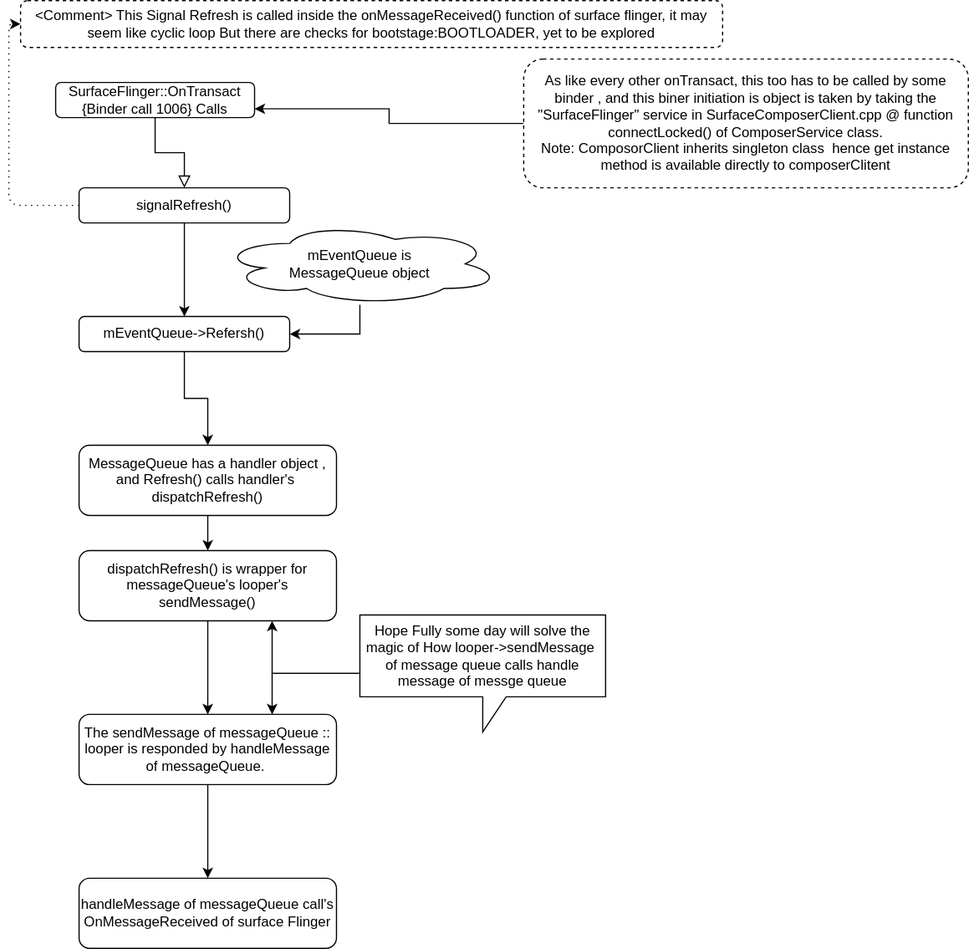
Earlier version of the draw.io export Surface Flinger.svg (wire-mistry/AOSP_Gaphics). Source tidied: cells renumbered, new cells last; positions are measured from the earlier drawing's top-left corner, leaving out a move shared by most shapes.
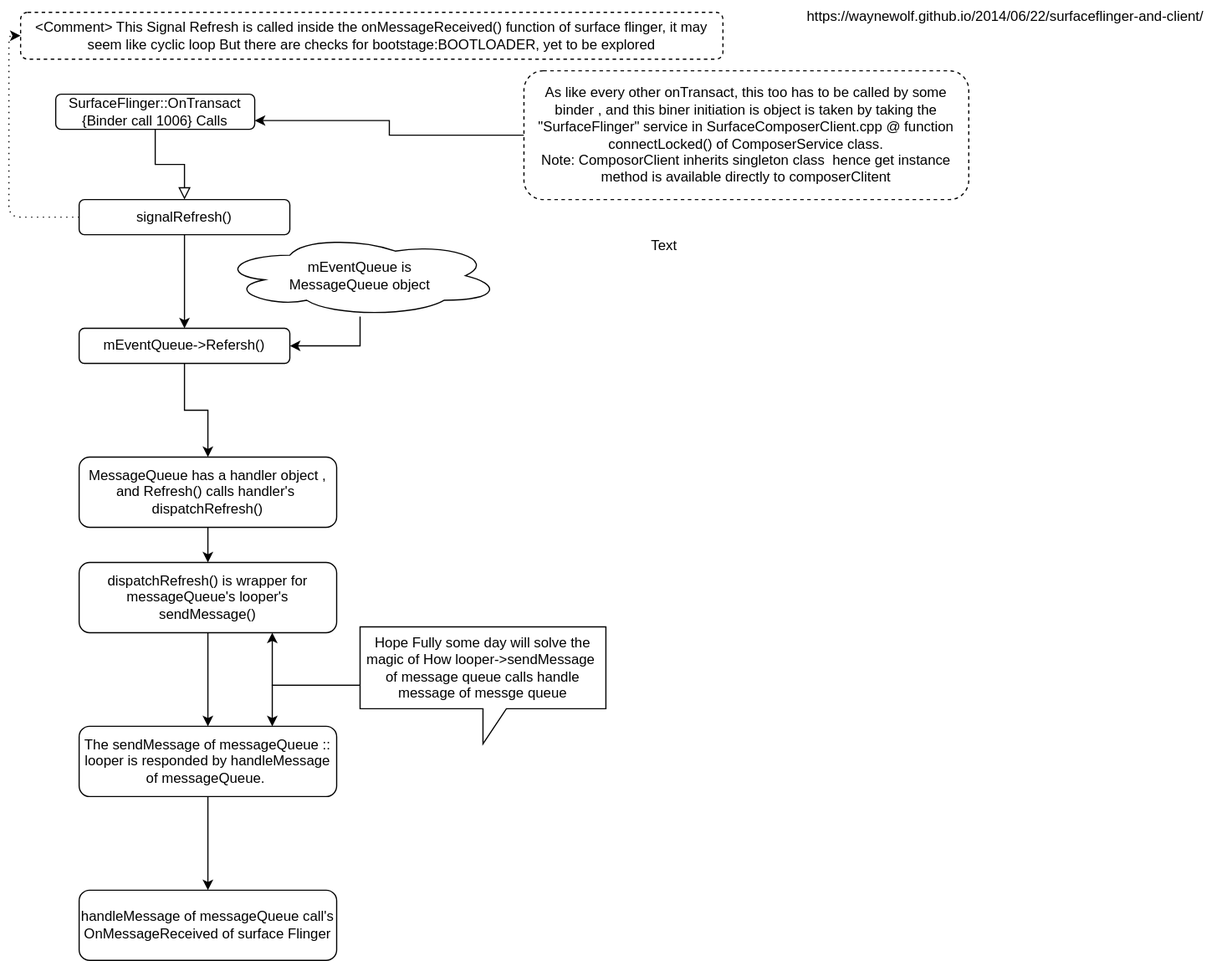
The same diagram one commit later.

The edit, as a diff of the source:
```diff
@@ -72,5 +72,11 @@
         </Array>
       </mxGeometry>
     </mxCell>
+    <mxCell id="24" value="Text" style="text;html=1;strokeColor=none;fillColor=none;align=center;verticalAlign=middle;whiteSpace=wrap;rounded=0;dashed=1;" parent="1" vertex="1">
+      <mxGeometry x="540" y="190" width="40" height="20" as="geometry" />
+    </mxCell>
+    <mxCell id="25" value="https://waynewolf.github.io/2014/06/22/surfaceflinger-and-client/" style="text;html=1;" parent="1" vertex="1">
+      <mxGeometry x="680" y="-10" width="360" height="30" as="geometry" />
+    </mxCell>
   </root>
 </mxGraphModel>
```
